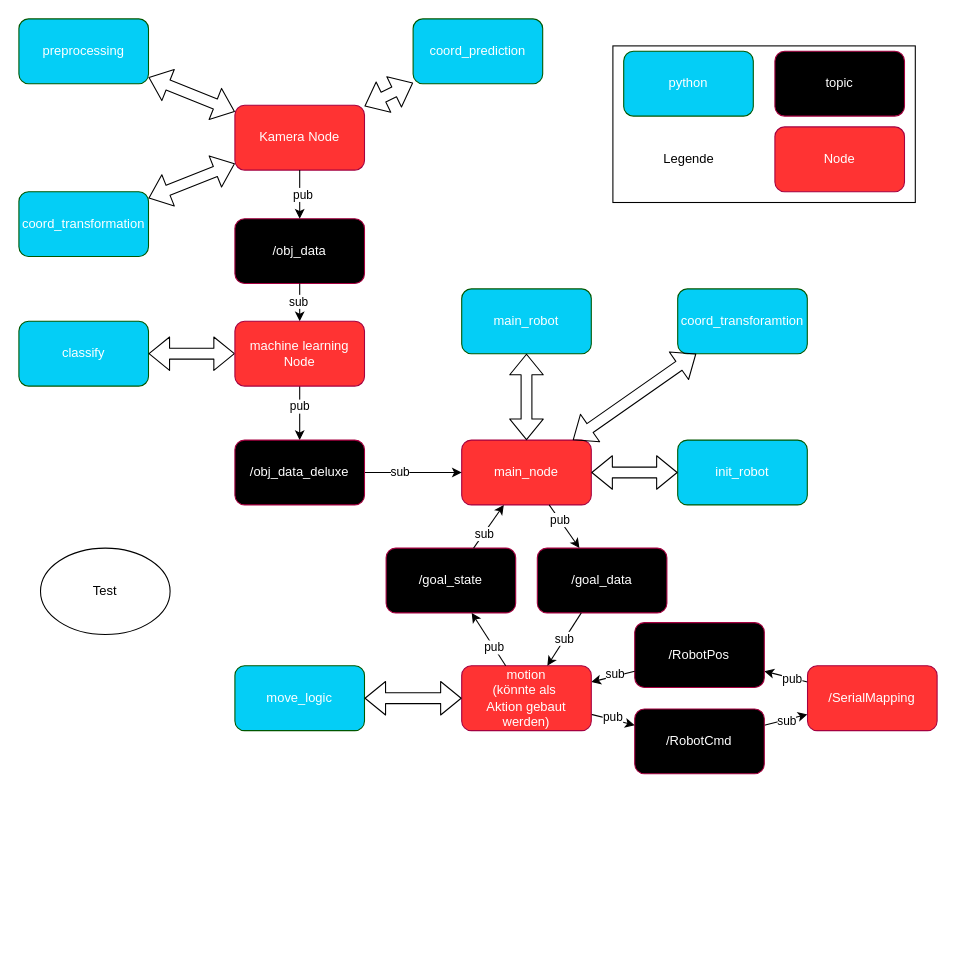
Above: misc/architecture/SW_architecture_v3_pending.drawio in ibinsandig/Portal-zur-Exmatrikulation (draw.io), before the change. Source tidied: cells renumbered, new cells numbered last; positions are measured from the earlier drawing's top-left corner, leaving out a move shared by most shapes. Both pictures are drawn from the tidied source at 108%, with x=0, y=0 at pixel (18, 18).
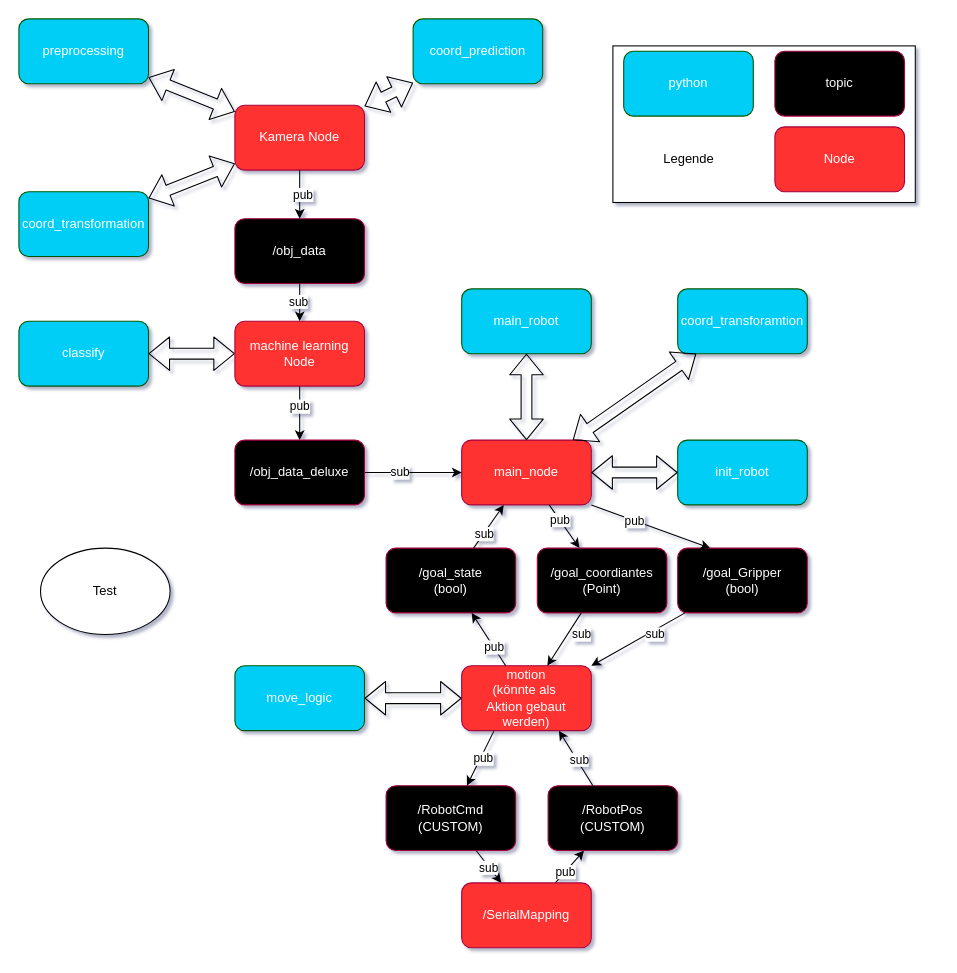
Above is the later version.

The change refers to these unchanged cells:
```xml
<mxCell id="12" value="main_node" style="rounded=1;whiteSpace=wrap;html=1;fillColor=#FF3333;fontColor=#ffffff;strokeColor=#A50040;" parent="1" vertex="1">
  <mxGeometry x="410" y="390" width="120" height="60" as="geometry" />
</mxCell>
<mxCell id="28" value="motion&lt;div&gt;(könnte als&amp;nbsp;&lt;/div&gt;&lt;div&gt;Aktion gebaut werden)&lt;/div&gt;" style="rounded=1;whiteSpace=wrap;html=1;fillColor=#FF3333;fontColor=#ffffff;strokeColor=#A50040;" parent="1" vertex="1">
  <mxGeometry x="410" y="599" width="120" height="60" as="geometry" />
</mxCell>
<mxCell id="33" style="edgeStyle=none;html=1;" parent="1" edge="1" source="27" target="28">
  <mxGeometry relative="1" as="geometry" />
</mxCell>
```

The edit, as a diff of the source:
```diff
@@
-<mxGraphModel>
+<mxGraphModel background="#ffffff" shadow="1">
@@
-    <mxCell id="15" value="/RobotCmd" style="rounded=1;whiteSpace=wrap;html=1;fillColor=light-dark(#000000, #ff7777);fontColor=#ffffff;strokeColor=#A50040;" parent="1" vertex="1">
-      <mxGeometry x="570.2" y="639" width="120" height="60" as="geometry" />
+    <mxCell id="15" value="/RobotCmd&lt;div&gt;(CUSTOM)&lt;/div&gt;" style="rounded=1;whiteSpace=wrap;html=1;fillColor=light-dark(#000000, #ff7777);fontColor=#ffffff;strokeColor=#A50040;" parent="1" vertex="1">
+      <mxGeometry x="340" y="710" width="120" height="60" as="geometry" />
     </mxCell>
@@
     <mxCell id="18" value="/SerialMapping" style="rounded=1;whiteSpace=wrap;html=1;fillColor=#FF3333;fontColor=#ffffff;strokeColor=#A50040;" parent="1" vertex="1">
-      <mxGeometry x="730.2" y="599" width="120" height="60" as="geometry" />
+      <mxGeometry x="410" y="800" width="120" height="60" as="geometry" />
     </mxCell>
-    <mxCell id="19" value="/RobotPos" style="rounded=1;whiteSpace=wrap;html=1;fillColor=#000000;fontColor=#ffffff;strokeColor=#A50040;" parent="1" vertex="1">
-      <mxGeometry x="570.2" y="559" width="120" height="60" as="geometry" />
+    <mxCell id="19" value="/RobotPos&lt;div&gt;(CUSTOM)&lt;/div&gt;" style="rounded=1;whiteSpace=wrap;html=1;fillColor=#000000;fontColor=#ffffff;strokeColor=#A50040;" parent="1" vertex="1">
+      <mxGeometry x="490" y="710" width="120" height="60" as="geometry" />
     </mxCell>
@@
-    <mxCell id="21" style="endArrow=classic;html=1;" parent="1" edge="1" source="19" target="28">
+    <mxCell id="21" style="endArrow=classic;html=1;entryX=0.75;entryY=1;entryDx=0;entryDy=0;" parent="1" edge="1" source="19" target="28">
       <mxGeometry relative="1" as="geometry" />
     </mxCell>
@@
-    <mxCell id="23" style="edgeStyle=none;html=1;" parent="1" edge="1" source="28" target="15">
+    <mxCell id="23" style="edgeStyle=none;html=1;exitX=0.25;exitY=1;exitDx=0;exitDy=0;" parent="1" edge="1" source="28" target="15">
       <mxGeometry relative="1" as="geometry" />
     </mxCell>
@@
-    <mxCell id="27" value="/goal_data" style="rounded=1;whiteSpace=wrap;html=1;fillColor=light-dark(#000000, #ff7777);fontColor=#ffffff;strokeColor=#A50040;" parent="1" vertex="1">
+    <mxCell id="27" value="/goal_coordiantes&lt;div&gt;(Point)&lt;/div&gt;" style="rounded=1;whiteSpace=wrap;html=1;fillColor=light-dark(#000000, #ff7777);fontColor=#ffffff;strokeColor=#A50040;" parent="1" vertex="1">
       <mxGeometry x="480" y="490" width="120" height="60" as="geometry" />
     </mxCell>
@@
     <mxCell id="34" value="sub" style="edgeLabel;html=1;align=center;verticalAlign=middle;" parent="33" vertex="1">
-      <mxGeometry x="0.01" y="-1" relative="1" as="geometry" />
+      <mxGeometry x="0.01" y="-1" relative="1" as="geometry">
+        <mxPoint x="16" y="-4" as="offset" />
+      </mxGeometry>
     </mxCell>
@@
-    <mxCell id="54" value="/goal_state" style="rounded=1;whiteSpace=wrap;html=1;fillColor=light-dark(#000000, #ff7777);fontColor=#ffffff;strokeColor=#A50040;" parent="1" vertex="1">
+    <mxCell id="54" value="/goal_state&lt;div&gt;(bool)&lt;/div&gt;" style="rounded=1;whiteSpace=wrap;html=1;fillColor=light-dark(#000000, #ff7777);fontColor=#ffffff;strokeColor=#A50040;" parent="1" vertex="1">
       <mxGeometry x="340" y="490" width="120" height="60" as="geometry" />
     </mxCell>
@@
+    <mxCell id="59" value="/goal_Gripper&lt;div&gt;(bool)&lt;/div&gt;" style="rounded=1;whiteSpace=wrap;html=1;fillColor=light-dark(#000000, #ff7777);fontColor=#ffffff;strokeColor=#A50040;" parent="1" vertex="1">
+      <mxGeometry x="610" y="490" width="120" height="60" as="geometry" />
+    </mxCell>
+    <mxCell id="60" style="edgeStyle=none;html=1;exitX=1;exitY=1;exitDx=0;exitDy=0;entryX=0.25;entryY=0;entryDx=0;entryDy=0;" parent="1" edge="1" source="12" target="59">
+      <mxGeometry relative="1" as="geometry" />
+    </mxCell>
+    <mxCell id="61" value="pub" style="edgeLabel;html=1;align=center;verticalAlign=middle;" parent="60" vertex="1">
+      <mxGeometry x="-0.29" relative="1" as="geometry" />
+    </mxCell>
+    <mxCell id="62" style="edgeStyle=none;html=1;entryX=1;entryY=0;entryDx=0;entryDy=0;" parent="1" edge="1" source="59" target="28">
+      <mxGeometry relative="1" as="geometry" />
+    </mxCell>
+    <mxCell id="63" value="sub" style="edgeLabel;html=1;align=center;verticalAlign=middle;" parent="62" vertex="1">
+      <mxGeometry x="0.01" y="-1" relative="1" as="geometry">
+        <mxPoint x="16" y="-4" as="offset" />
+      </mxGeometry>
+    </mxCell>
```
